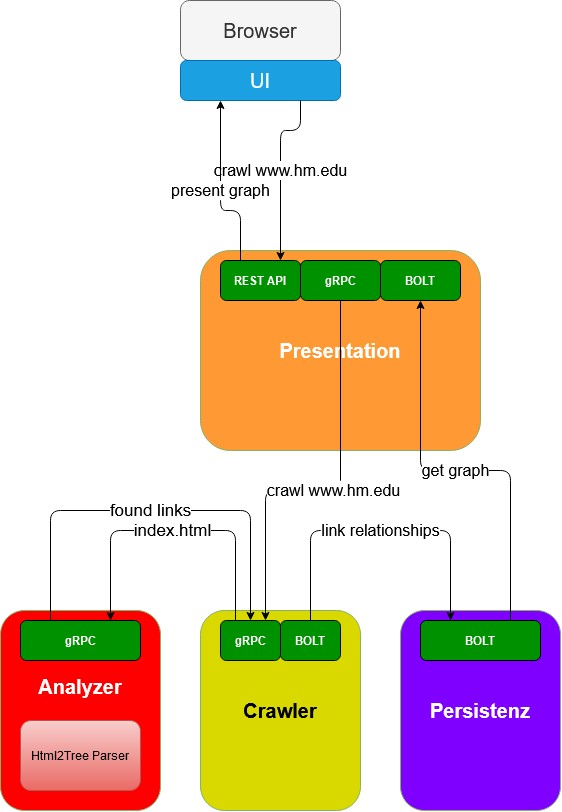
The draw.io diagram Images/4Ausrufezeichen-Page-1.png in DerAlexmeister/SherlockGopher, before a commit. Source tidied: cells renumbered, new cells last; positions are measured from the earlier drawing's top-left corner, leaving out a move shared by most shapes.
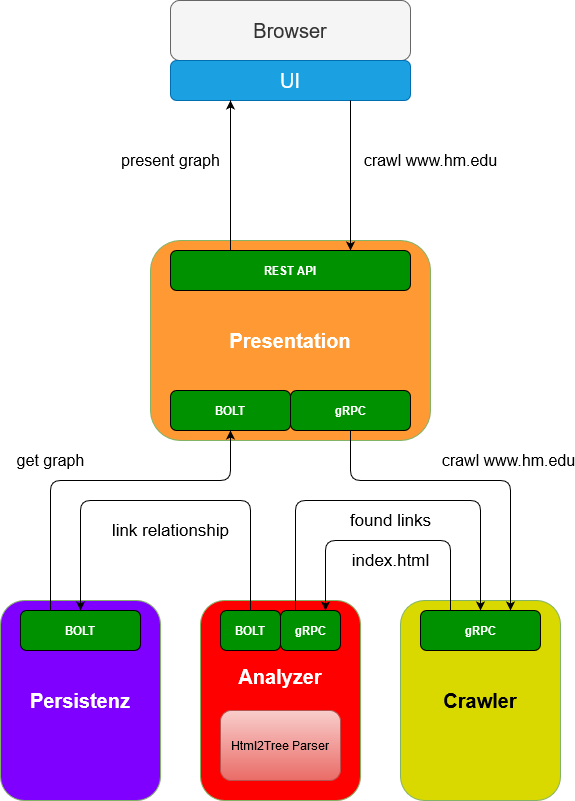
After the commit.

Diff of the diagram source:
```diff
@@ -6,100 +6,99 @@
       <mxGeometry x="200" y="250" width="280" height="200" as="geometry" />
     </mxCell>
     <mxCell id="3" value="Crawler" style="rounded=1;whiteSpace=wrap;html=1;labelBackgroundColor=none;fillColor=#D9D900;strokeColor=#82b366;fontColor=#000000;fontStyle=1;fontSize=20;" parent="1" vertex="1">
-      <mxGeometry x="200" y="610" width="160" height="200" as="geometry" />
+      <mxGeometry x="450" y="610" width="160" height="200" as="geometry" />
     </mxCell>
     <mxCell id="4" value="gRPC" style="rounded=1;whiteSpace=wrap;html=1;fillColor=#009100;fontStyle=1;fontColor=#FFFFFF;" parent="1" vertex="1">
-      <mxGeometry x="220" y="620" width="60" height="40" as="geometry" />
+      <mxGeometry x="470" y="620" width="120" height="40" as="geometry" />
     </mxCell>
-    <mxCell id="5" value="BOLT" style="rounded=1;whiteSpace=wrap;html=1;fillColor=#009100;fontStyle=1;fontColor=#FFFFFF;" parent="1" vertex="1">
-      <mxGeometry x="280" y="620" width="60" height="40" as="geometry" />
-    </mxCell>
     <mxCell id="6" value="&lt;div&gt;Analyzer&lt;/div&gt;&lt;div&gt;&lt;br&gt;&lt;/div&gt;&lt;div&gt;&lt;br&gt;&lt;/div&gt;" style="rounded=1;whiteSpace=wrap;html=1;labelBackgroundColor=none;fillColor=#FF0000;strokeColor=#82b366;fontColor=#FFFFFF;fontStyle=1;fontSize=20;" parent="1" vertex="1">
-      <mxGeometry y="610" width="160" height="200" as="geometry" />
+      <mxGeometry x="250" y="610" width="160" height="200" as="geometry" />
     </mxCell>
     <mxCell id="7" value="gRPC" style="rounded=1;whiteSpace=wrap;html=1;fillColor=#009100;fontStyle=1;fontColor=#FFFFFF;" parent="1" vertex="1">
-      <mxGeometry x="20" y="620" width="120" height="40" as="geometry" />
+      <mxGeometry x="330" y="620" width="60" height="40" as="geometry" />
     </mxCell>
     <mxCell id="8" value="Persistenz" style="rounded=1;whiteSpace=wrap;html=1;labelBackgroundColor=none;fillColor=#7F00FF;strokeColor=#82b366;fontColor=#FFFFFF;fontStyle=1;fontSize=20;" parent="1" vertex="1">
-      <mxGeometry x="400" y="610" width="160" height="200" as="geometry" />
+      <mxGeometry x="50" y="610" width="160" height="200" as="geometry" />
     </mxCell>
     <mxCell id="9" value="BOLT" style="rounded=1;whiteSpace=wrap;html=1;fillColor=#009100;fontStyle=1;fontColor=#FFFFFF;" parent="1" vertex="1">
-      <mxGeometry x="420" y="620" width="120" height="40" as="geometry" />
+      <mxGeometry x="70" y="620" width="120" height="40" as="geometry" />
     </mxCell>
     <mxCell id="10" value="&lt;font color=&quot;#000000&quot;&gt;index.html&lt;/font&gt;" style="endArrow=classic;html=1;fontSize=17;fontColor=#FFFFFF;exitX=0.25;exitY=0;exitDx=0;exitDy=0;entryX=0.75;entryY=0;entryDx=0;entryDy=0;" parent="1" edge="1" source="4" target="7">
-      <mxGeometry relative="1" as="geometry">
+      <mxGeometry x="-0.02" y="20" relative="1" as="geometry">
         <Array as="points">
-          <mxPoint x="235" y="530" />
-          <mxPoint x="110" y="530" />
+          <mxPoint x="500" y="550" />
+          <mxPoint x="375" y="550" />
         </Array>
       </mxGeometry>
     </mxCell>
     <mxCell id="11" value="&lt;font style=&quot;font-size: 16px;&quot; color=&quot;#000000&quot;&gt;crawl www.hm.edu&lt;br style=&quot;font-size: 16px;&quot;&gt;&lt;/font&gt;" style="endArrow=classic;html=1;fontSize=16;fontColor=#FFFFFF;exitX=0.5;exitY=1;exitDx=0;exitDy=0;entryX=0.75;entryY=0;entryDx=0;entryDy=0;" parent="1" edge="1" source="18" target="4">
-      <mxGeometry relative="1" as="geometry">
+      <mxGeometry x="0.22" y="20" relative="1" as="geometry">
         <Array as="points">
-          <mxPoint x="340" y="490" />
-          <mxPoint x="265" y="490" />
+          <mxPoint x="400" y="490" />
+          <mxPoint x="560" y="490" />
         </Array>
       </mxGeometry>
     </mxCell>
+    <mxCell id="15" value="&lt;font color=&quot;#000000&quot;&gt;found links&lt;br&gt;&lt;/font&gt;" style="endArrow=classic;html=1;fontSize=17;fontColor=#FFFFFF;entryX=0.5;entryY=0;entryDx=0;entryDy=0;exitX=0.25;exitY=0;exitDx=0;exitDy=0;" parent="1" edge="1" source="7" target="4">
+      <mxGeometry x="0.01" y="-20" relative="1" as="geometry">
+        <Array as="points">
+          <mxPoint x="345" y="510" />
+          <mxPoint x="530" y="510" />
+        </Array>
+      </mxGeometry>
+    </mxCell>
+    <mxCell id="17" value="BOLT" style="rounded=1;whiteSpace=wrap;html=1;fillColor=#009100;fontStyle=1;fontColor=#FFFFFF;" parent="1" vertex="1">
+      <mxGeometry x="220" y="400" width="120" height="40" as="geometry" />
+    </mxCell>
+    <mxCell id="18" value="gRPC" style="rounded=1;whiteSpace=wrap;html=1;fillColor=#009100;fontStyle=1;fontColor=#FFFFFF;" parent="1" vertex="1">
+      <mxGeometry x="340" y="400" width="120" height="40" as="geometry" />
+    </mxCell>
+    <mxCell id="20" value="&lt;font color=&quot;#000000&quot;&gt;get graph&lt;br&gt;&lt;/font&gt;" style="endArrow=classic;html=1;fontSize=16;fontColor=#FFFFFF;entryX=0.5;entryY=1;entryDx=0;entryDy=0;exitX=0.25;exitY=0;exitDx=0;exitDy=0;startArrow=none;startFill=0;" parent="1" edge="1" source="9" target="17">
+      <mxGeometry x="-0.28" y="20" relative="1" as="geometry">
+        <Array as="points">
+          <mxPoint x="100" y="490" />
+          <mxPoint x="280" y="490" />
+        </Array>
+      </mxGeometry>
+    </mxCell>
+    <mxCell id="22" value="Html2Tree Parser" style="rounded=1;whiteSpace=wrap;html=1;fillColor=#f8cecc;strokeColor=#b85450;gradientColor=#ea6b66;fontColor=#000000;" parent="1" vertex="1">
+      <mxGeometry x="270" y="720" width="120" height="70" as="geometry" />
+    </mxCell>
+    <mxCell id="23" value="link relationship" style="endArrow=none;html=1;fontSize=17;fontColor=#000000;exitX=0.5;exitY=0;exitDx=0;exitDy=0;startArrow=classic;startFill=1;endFill=0;entryX=0.5;entryY=0;entryDx=0;entryDy=0;" parent="1" edge="1" source="9" target="5">
+      <mxGeometry x="0.03" y="-30" relative="1" as="geometry">
+        <Array as="points">
+          <mxPoint x="130" y="510" />
+          <mxPoint x="300" y="510" />
+        </Array>
+      </mxGeometry>
+    </mxCell>
+    <mxCell id="5" value="BOLT" style="rounded=1;whiteSpace=wrap;html=1;fillColor=#009100;fontStyle=1;fontColor=#FFFFFF;" parent="1" vertex="1">
+      <mxGeometry x="270" y="620" width="60" height="40" as="geometry" />
+    </mxCell>
     <mxCell id="12" value="Browser" style="rounded=1;whiteSpace=wrap;html=1;labelBackgroundColor=none;fillColor=#f5f5f5;fontSize=20;strokeColor=#666666;fontColor=#333333;" parent="1" vertex="1">
-      <mxGeometry x="180" width="160" height="60" as="geometry" />
+      <mxGeometry x="220" y="10" width="240" height="60" as="geometry" />
     </mxCell>
     <mxCell id="13" value="UI" style="rounded=1;whiteSpace=wrap;html=1;labelBackgroundColor=none;fillColor=#1ba1e2;fontSize=20;fontColor=#ffffff;strokeColor=#006EAF;" parent="1" vertex="1">
-      <mxGeometry x="180" y="60" width="160" height="40" as="geometry" />
+      <mxGeometry x="220" y="70" width="240" height="40" as="geometry" />
     </mxCell>
     <mxCell id="14" value="&lt;font style=&quot;font-size: 16px;&quot; color=&quot;#000000&quot;&gt;crawl www.hm.edu&lt;br style=&quot;font-size: 16px;&quot;&gt;&lt;/font&gt;" style="endArrow=classic;html=1;fontSize=16;fontColor=#FFFFFF;exitX=0.75;exitY=1;exitDx=0;exitDy=0;entryX=0.75;entryY=0;entryDx=0;entryDy=0;" parent="1" edge="1" source="13" target="19">
-      <mxGeometry relative="1" as="geometry">
+      <mxGeometry x="0.2" y="85" relative="1" as="geometry">
         <Array as="points">
-          <mxPoint x="300" y="130" />
-          <mxPoint x="280" y="130" />
+          <mxPoint x="400" y="200" />
         </Array>
+        <mxPoint x="-5" y="-30" as="offset" />
       </mxGeometry>
     </mxCell>
-    <mxCell id="15" value="&lt;font color=&quot;#000000&quot;&gt;found links&lt;br&gt;&lt;/font&gt;" style="endArrow=classic;html=1;fontSize=17;fontColor=#FFFFFF;exitX=0.25;exitY=0;exitDx=0;exitDy=0;entryX=0.5;entryY=0;entryDx=0;entryDy=0;" parent="1" edge="1" source="7" target="4">
-      <mxGeometry relative="1" as="geometry">
-        <Array as="points">
-          <mxPoint x="50" y="510" />
-          <mxPoint x="250" y="510" />
-        </Array>
-      </mxGeometry>
-    </mxCell>
-    <mxCell id="16" value="&lt;font style=&quot;font-size: 16px&quot; color=&quot;#000000&quot;&gt;link relationships&lt;br style=&quot;font-size: 16px&quot;&gt;&lt;/font&gt;" style="endArrow=classic;html=1;fontSize=16;fontColor=#FFFFFF;exitX=0.5;exitY=0;exitDx=0;exitDy=0;" parent="1" edge="1" source="5">
-      <mxGeometry relative="1" as="geometry">
-        <mxPoint x="450" y="620" as="targetPoint" />
-        <Array as="points">
-          <mxPoint x="310" y="530" />
-          <mxPoint x="450" y="530" />
-        </Array>
-      </mxGeometry>
-    </mxCell>
-    <mxCell id="17" value="BOLT" style="rounded=1;whiteSpace=wrap;html=1;fillColor=#009100;fontStyle=1;fontColor=#FFFFFF;" parent="1" vertex="1">
-      <mxGeometry x="380" y="260" width="80" height="40" as="geometry" />
-    </mxCell>
-    <mxCell id="18" value="gRPC" style="rounded=1;whiteSpace=wrap;html=1;fillColor=#009100;fontStyle=1;fontColor=#FFFFFF;" parent="1" vertex="1">
-      <mxGeometry x="300" y="260" width="80" height="40" as="geometry" />
-    </mxCell>
     <mxCell id="19" value="REST API" style="rounded=1;whiteSpace=wrap;html=1;fillColor=#009100;fontStyle=1;fontColor=#FFFFFF;" parent="1" vertex="1">
-      <mxGeometry x="220" y="260" width="80" height="40" as="geometry" />
+      <mxGeometry x="220" y="260" width="240" height="40" as="geometry" />
     </mxCell>
-    <mxCell id="20" value="&lt;font color=&quot;#000000&quot;&gt;get graph&lt;br&gt;&lt;/font&gt;" style="endArrow=classic;html=1;fontSize=16;fontColor=#FFFFFF;entryX=0.5;entryY=1;entryDx=0;entryDy=0;exitX=0.75;exitY=0;exitDx=0;exitDy=0;" parent="1" edge="1" source="9" target="17">
-      <mxGeometry relative="1" as="geometry">
-        <Array as="points">
-          <mxPoint x="510" y="470" />
-          <mxPoint x="420" y="470" />
-        </Array>
-      </mxGeometry>
-    </mxCell>
     <mxCell id="21" value="&lt;font color=&quot;#000000&quot;&gt;present graph&lt;br&gt;&lt;/font&gt;" style="endArrow=classic;html=1;fontSize=16;fontColor=#FFFFFF;exitX=0.25;exitY=0;exitDx=0;exitDy=0;entryX=0.25;entryY=1;entryDx=0;entryDy=0;" parent="1" edge="1" source="19" target="13">
-      <mxGeometry relative="1" as="geometry">
+      <mxGeometry x="0.33" y="61" relative="1" as="geometry">
         <Array as="points">
-          <mxPoint x="240" y="210" />
-          <mxPoint x="220" y="210" />
+          <mxPoint x="280" y="160" />
         </Array>
+        <mxPoint x="1" y="10" as="offset" />
       </mxGeometry>
     </mxCell>
-    <mxCell id="22" value="Html2Tree Parser" style="rounded=1;whiteSpace=wrap;html=1;fillColor=#f8cecc;strokeColor=#b85450;gradientColor=#ea6b66;fontColor=#000000;" parent="1" vertex="1">
-      <mxGeometry x="20" y="720" width="120" height="70" as="geometry" />
-    </mxCell>
   </root>
 </mxGraphModel>
```
